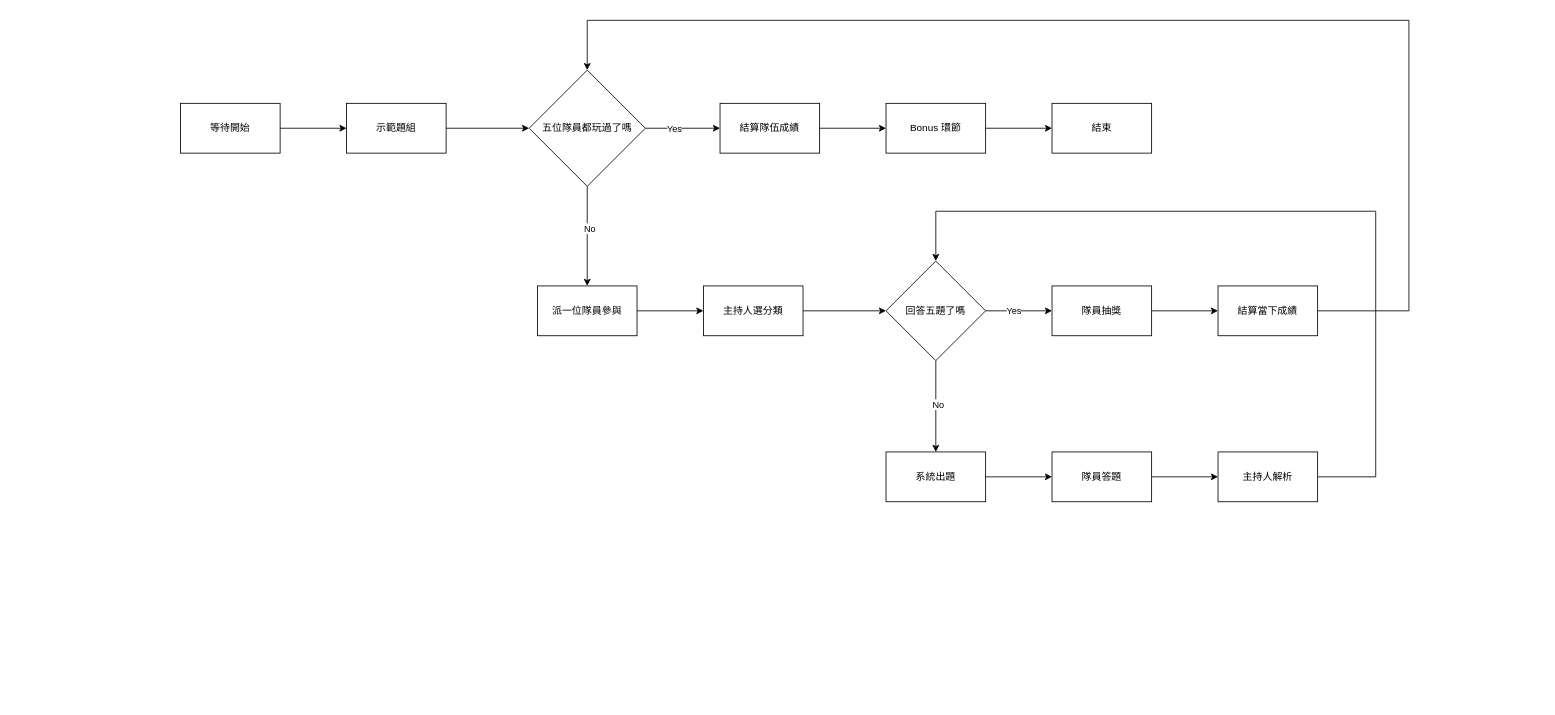
chang5709/animated-spoon keeps this draw.io diagram as design/workflow.drawio. Above is the earlier version. Source tidied: cells renumbered, new cells numbered last; positions are measured from the earlier drawing's top-left corner, leaving out a move shared by most shapes. Both pictures are drawn from the tidied source at 83%, with x=0, y=0 at pixel (180, 20).
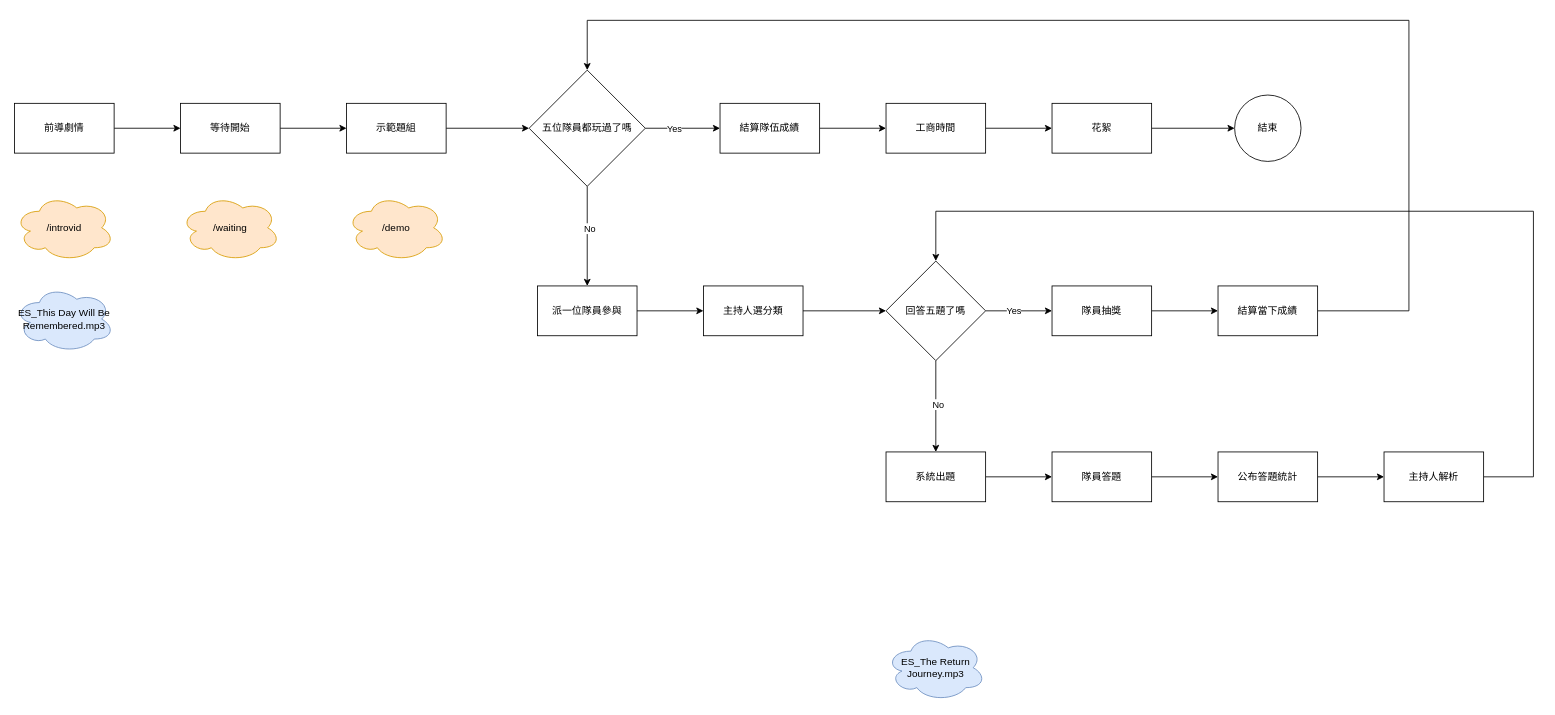
The same page after the edit.

Unchanged cells that the change refers to:
```xml
<mxCell id="3" value="等待開始" style="rounded=0;whiteSpace=wrap;html=1;" parent="1" vertex="1">
  <mxGeometry y="100" width="120" height="60" as="geometry" />
</mxCell>
<mxCell id="23" value="回答五題了嗎" style="rhombus;whiteSpace=wrap;html=1;rounded=0;" parent="1" vertex="1">
  <mxGeometry x="850" y="290" width="120" height="120" as="geometry" />
</mxCell>
<mxCell id="27" value="隊員答題" style="whiteSpace=wrap;html=1;rounded=0;" parent="1" vertex="1">
  <mxGeometry x="1050" y="520" width="120" height="60" as="geometry" />
</mxCell>
```

The edit, as a diff of the source:
```diff
@@
-    <mxCell id="16" value="Bonus 環節" style="whiteSpace=wrap;html=1;rounded=0;" parent="1" vertex="1">
+    <mxCell id="16" value="工商時間" style="whiteSpace=wrap;html=1;rounded=0;" parent="1" vertex="1">
       <mxGeometry x="850" y="100" width="120" height="60" as="geometry" />
     </mxCell>
@@
-    <mxCell id="26" style="edgeStyle=orthogonalEdgeStyle;rounded=0;jettySize=auto;html=1;" parent="1" edge="1" source="27" target="29">
-      <mxGeometry relative="1" as="geometry" />
-    </mxCell>
+    <mxCell id="35" style="edgeStyle=orthogonalEdgeStyle;rounded=0;jettySize=auto;html=1;" parent="1" edge="1" source="27" target="44">
+      <mxGeometry relative="1" as="geometry" />
+    </mxCell>
@@
-    <mxCell id="28" style="edgeStyle=orthogonalEdgeStyle;rounded=0;jettySize=auto;html=1;entryX=0.5;entryY=0;entryDx=0;entryDy=0;" parent="1" edge="1" source="29" target="23">
+    <mxCell id="28" style="edgeStyle=orthogonalEdgeStyle;rounded=0;jettySize=auto;html=1;entryX=0.5;entryY=0;entryDx=0;entryDy=0;exitX=1;exitY=0.5;exitDx=0;exitDy=0;" parent="1" edge="1" source="29" target="23">
       <mxGeometry relative="1" as="geometry">
         <Array as="points">
-          <mxPoint x="1440" y="550" />
-          <mxPoint x="1440" y="230" />
+          <mxPoint x="1630" y="550" />
+          <mxPoint x="1630" y="230" />
           <mxPoint x="910" y="230" />
         </Array>
       </mxGeometry>
     </mxCell>
     <mxCell id="29" value="主持人解析" style="whiteSpace=wrap;html=1;rounded=0;" parent="1" vertex="1">
-      <mxGeometry x="1250" y="520" width="120" height="60" as="geometry" />
+      <mxGeometry x="1450" y="520" width="120" height="60" as="geometry" />
     </mxCell>
@@
+    <mxCell id="36" style="edgeStyle=orthogonalEdgeStyle;rounded=0;jettySize=auto;html=1;" parent="1" edge="1" source="34" target="46">
+      <mxGeometry relative="1" as="geometry" />
+    </mxCell>
-    <mxCell id="34" value="結束" style="whiteSpace=wrap;html=1;rounded=0;" parent="1" vertex="1">
+    <mxCell id="34" value="花絮" style="whiteSpace=wrap;html=1;rounded=0;" parent="1" vertex="1">
       <mxGeometry x="1050" y="100" width="120" height="60" as="geometry" />
     </mxCell>
+    <mxCell id="37" style="edgeStyle=orthogonalEdgeStyle;rounded=0;jettySize=auto;html=1;" parent="1" edge="1" source="38" target="3">
+      <mxGeometry relative="1" as="geometry" />
+    </mxCell>
+    <mxCell id="38" value="前導劇情" style="whiteSpace=wrap;html=1;rounded=0;" parent="1" vertex="1">
+      <mxGeometry x="-200" y="100" width="120" height="60" as="geometry" />
+    </mxCell>
+    <mxCell id="39" value="/introvid" style="ellipse;shape=cloud;whiteSpace=wrap;html=1;fillColor=#ffe6cc;strokeColor=#d79b00;" parent="1" vertex="1">
+      <mxGeometry x="-200" y="210" width="120" height="80" as="geometry" />
+    </mxCell>
+    <mxCell id="40" value="ES_This Day Will Be Remembered.mp3" style="ellipse;shape=cloud;whiteSpace=wrap;html=1;fillColor=#dae8fc;strokeColor=#6c8ebf;" parent="1" vertex="1">
+      <mxGeometry x="-200" y="320" width="120" height="80" as="geometry" />
+    </mxCell>
+    <mxCell id="41" value="/waiting" style="ellipse;shape=cloud;whiteSpace=wrap;html=1;fillColor=#ffe6cc;strokeColor=#d79b00;" parent="1" vertex="1">
+      <mxGeometry y="210" width="120" height="80" as="geometry" />
+    </mxCell>
+    <mxCell id="42" value="/demo" style="ellipse;shape=cloud;whiteSpace=wrap;html=1;fillColor=#ffe6cc;strokeColor=#d79b00;" parent="1" vertex="1">
+      <mxGeometry x="200" y="210" width="120" height="80" as="geometry" />
+    </mxCell>
+    <mxCell id="43" style="edgeStyle=orthogonalEdgeStyle;rounded=0;jettySize=auto;html=1;" parent="1" edge="1" source="44" target="29">
+      <mxGeometry relative="1" as="geometry" />
+    </mxCell>
+    <mxCell id="44" value="公布答題統計" style="whiteSpace=wrap;html=1;rounded=0;" parent="1" vertex="1">
+      <mxGeometry x="1250" y="520" width="120" height="60" as="geometry" />
+    </mxCell>
+    <mxCell id="45" value="ES_The Return Journey.mp3" style="ellipse;shape=cloud;whiteSpace=wrap;html=1;fillColor=#dae8fc;strokeColor=#6c8ebf;" parent="1" vertex="1">
+      <mxGeometry x="850" y="740" width="120" height="80" as="geometry" />
+    </mxCell>
+    <mxCell id="46" value="結束" style="ellipse;whiteSpace=wrap;html=1;rounded=0;" parent="1" vertex="1">
+      <mxGeometry x="1270" y="90" width="80" height="80" as="geometry" />
+    </mxCell>
```
